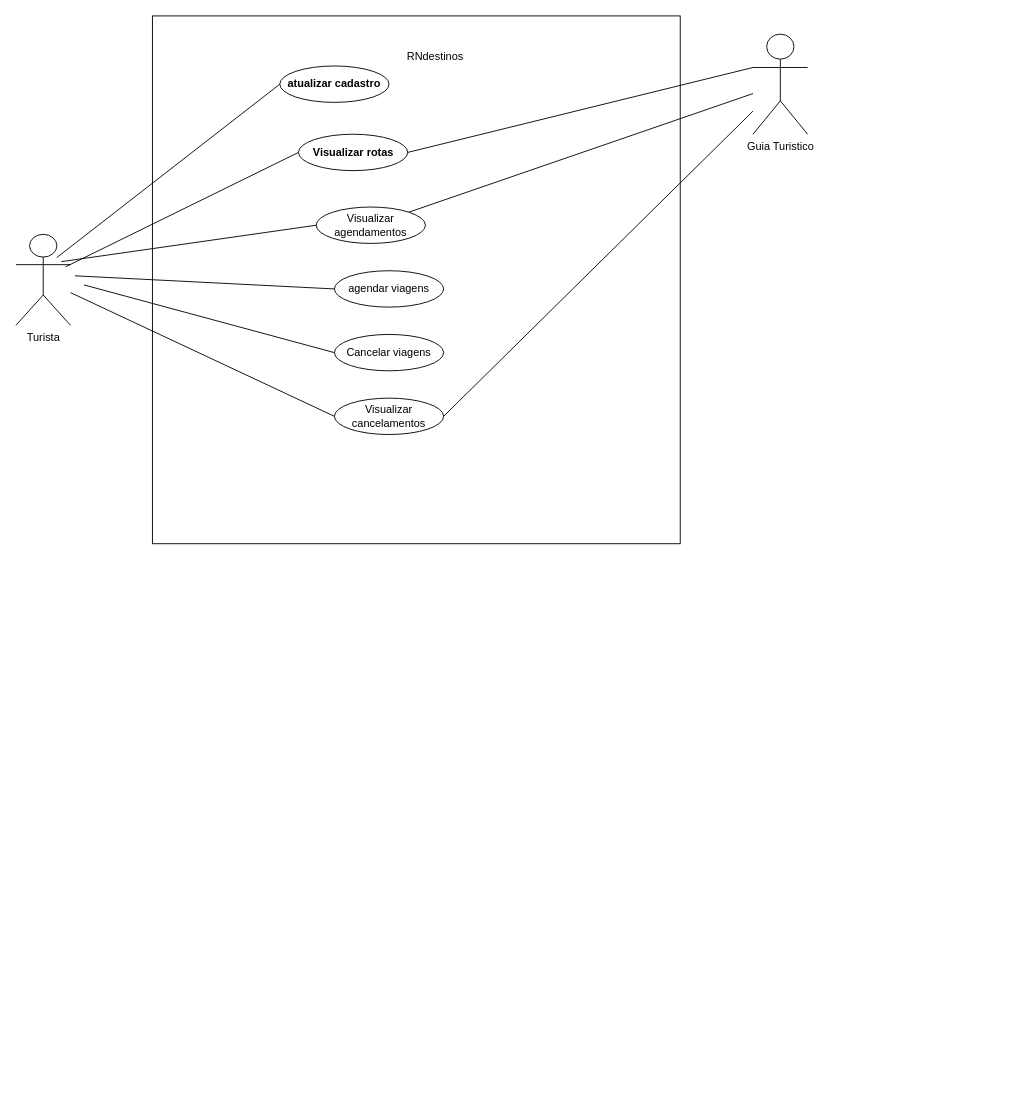
manuoliveiraa2/RNdestinos keeps this draw.io diagram as documentos/diagramas_casos_de_uso.drawio. Above is the earlier version. Source tidied: cells renumbered, new cells numbered last; positions are measured from the earlier drawing's top-left corner, leaving out a move shared by most shapes. Both pictures are drawn from the tidied source at 91%, with x=0, y=0 at pixel (15, 15).
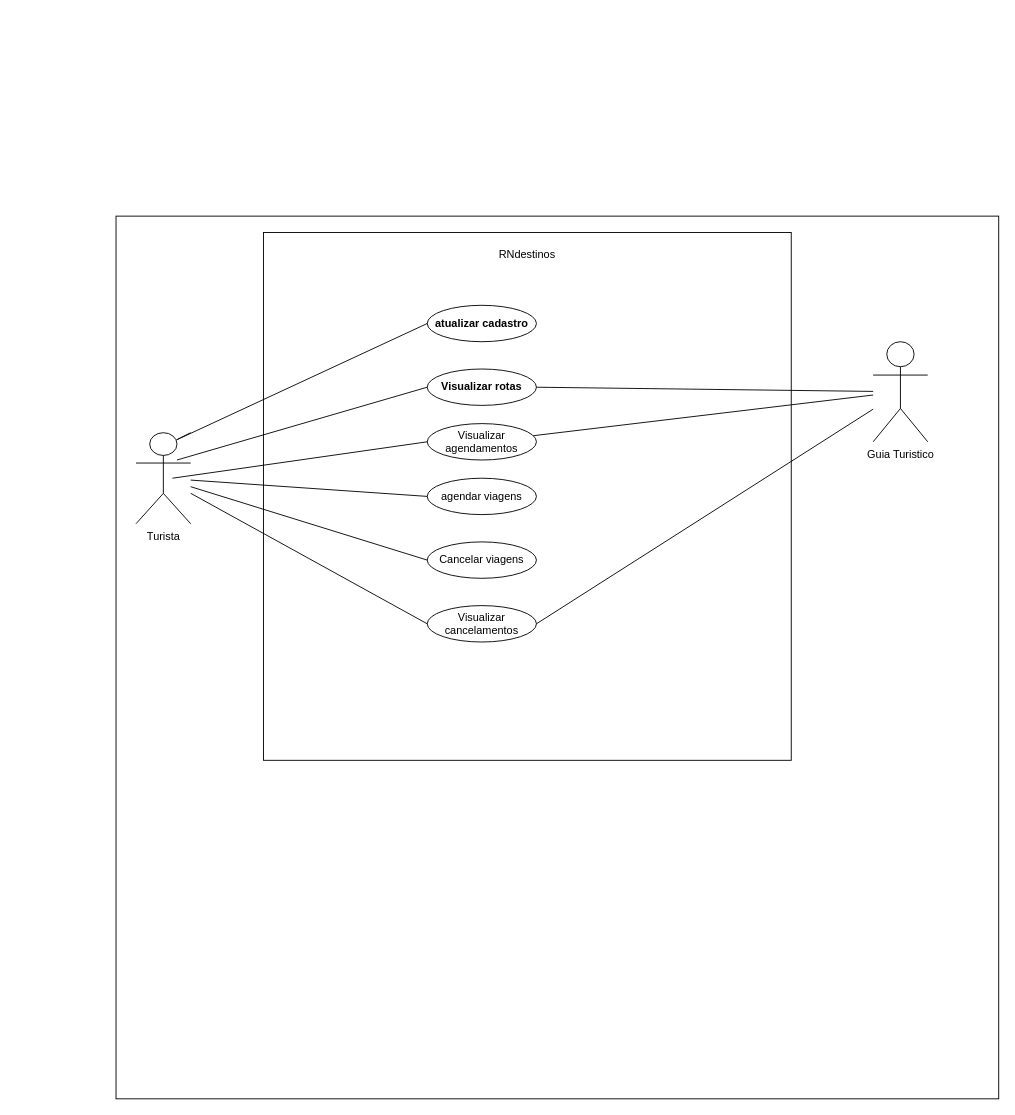
Above is the later version.

Commit message (it also covers changes not shown here):
atualização do diagrama

The edit, as a diff of the source:
```diff
@@
-    <mxCell id="2" style="whiteSpace=wrap;html=1;" parent="1" vertex="1">
-      <mxGeometry x="150" width="580" height="580" as="geometry" />
-    </mxCell>
+    <mxCell id="21" style="whiteSpace=wrap;html=1;" parent="1" vertex="1">
+      <mxGeometry x="110" y="220" width="970" height="970" as="geometry" />
+    </mxCell>
+    <mxCell id="22" style="whiteSpace=wrap;html=1;" parent="1" vertex="1">
+      <mxGeometry x="272" y="238" width="580" height="580" as="geometry" />
+    </mxCell>
     <mxCell id="3" value="RNdestinos" style="text;html=1;strokeColor=none;fillColor=none;align=center;verticalAlign=middle;whiteSpace=wrap;rounded=0;" parent="1" vertex="1">
-      <mxGeometry x="430.5" y="30" width="60" height="30" as="geometry" />
+      <mxGeometry x="532" y="248" width="60" height="30" as="geometry" />
     </mxCell>
     <mxCell id="4" value="Turista&lt;br&gt;" style="shape=umlActor;verticalLabelPosition=bottom;verticalAlign=top;html=1;outlineConnect=0;" parent="1" vertex="1">
-      <mxGeometry y="240" width="60" height="100" as="geometry" />
+      <mxGeometry x="132" y="458" width="60" height="100" as="geometry" />
     </mxCell>
     <mxCell id="5" value="agendar viagens" style="ellipse;whiteSpace=wrap;html=1;" parent="1" vertex="1">
-      <mxGeometry x="350" y="280" width="120" height="40" as="geometry" />
+      <mxGeometry x="452" y="508" width="120" height="40" as="geometry" />
     </mxCell>
     <mxCell id="6" value="Visualizar rotas" style="ellipse;whiteSpace=wrap;html=1;fontStyle=1;" parent="1" vertex="1">
-      <mxGeometry x="310.5" y="130" width="120" height="40" as="geometry" />
+      <mxGeometry x="452" y="388" width="120" height="40" as="geometry" />
     </mxCell>
     <mxCell id="7" value="&lt;b&gt;atualizar cadastro&lt;/b&gt;" style="ellipse;whiteSpace=wrap;html=1;" parent="1" vertex="1">
-      <mxGeometry x="290" y="55" width="120" height="40" as="geometry" />
+      <mxGeometry x="452" y="318" width="120" height="40" as="geometry" />
     </mxCell>
-    <mxCell id="8" style="endArrow=none;html=1;exitX=0.747;exitY=0.256;exitDx=0;exitDy=0;exitPerimeter=0;entryX=0;entryY=0.5;entryDx=0;entryDy=0;" parent="1" edge="1" source="4" target="7">
-      <mxGeometry relative="1" as="geometry" />
-    </mxCell>
+    <mxCell id="23" style="endArrow=none;html=1;entryX=0;entryY=0.5;entryDx=0;entryDy=0;" parent="1" edge="1" target="7">
+      <mxGeometry relative="1" as="geometry">
+        <mxPoint x="192" y="458" as="sourcePoint" />
+        <Array as="points">
+          <mxPoint x="172" y="468" />
+        </Array>
+      </mxGeometry>
+    </mxCell>
     <mxCell id="9" value="Cancelar viagens" style="ellipse;whiteSpace=wrap;html=1;" parent="1" vertex="1">
-      <mxGeometry x="350" y="350" width="120" height="40" as="geometry" />
+      <mxGeometry x="452" y="578" width="120" height="40" as="geometry" />
     </mxCell>
     <mxCell id="10" value="Guia Turistico&lt;br&gt;" style="shape=umlActor;verticalLabelPosition=bottom;verticalAlign=top;html=1;outlineConnect=0;" parent="1" vertex="1">
-      <mxGeometry x="810" y="20" width="60" height="110" as="geometry" />
+      <mxGeometry x="942" y="358" width="60" height="110" as="geometry" />
     </mxCell>
-    <mxCell id="11" style="endArrow=none;html=1;exitX=1;exitY=0.5;exitDx=0;exitDy=0;entryX=0;entryY=0.3333333333333333;entryDx=0;entryDy=0;entryPerimeter=0;" parent="1" edge="1" source="6" target="10">
+    <mxCell id="11" style="endArrow=none;html=1;exitX=1;exitY=0.5;exitDx=0;exitDy=0;" parent="1" edge="1" source="6" target="10">
       <mxGeometry relative="1" as="geometry" />
     </mxCell>
     <mxCell id="12" value="Visualizar agendamentos" style="ellipse;whiteSpace=wrap;html=1;" parent="1" vertex="1">
-      <mxGeometry x="330" y="210" width="120" height="40" as="geometry" />
+      <mxGeometry x="452" y="448" width="120" height="40" as="geometry" />
     </mxCell>
     <mxCell id="13" value="Visualizar cancelamentos" style="ellipse;whiteSpace=wrap;html=1;" parent="1" vertex="1">
-      <mxGeometry x="350" y="420" width="120" height="40" as="geometry" />
+      <mxGeometry x="452" y="648" width="120" height="40" as="geometry" />
     </mxCell>
@@
-    <mxCell id="15" style="endArrow=none;html=1;exitX=0.747;exitY=0.256;exitDx=0;exitDy=0;exitPerimeter=0;entryX=0;entryY=0.5;entryDx=0;entryDy=0;" parent="1" edge="1" target="6">
-      <mxGeometry relative="1" as="geometry">
-        <mxPoint x="54.8" y="275.6" as="sourcePoint" />
-      </mxGeometry>
-    </mxCell>
-    <mxCell id="16" style="endArrow=none;html=1;exitX=0.747;exitY=0.256;exitDx=0;exitDy=0;exitPerimeter=0;entryX=0;entryY=0.5;entryDx=0;entryDy=0;" parent="1" edge="1" target="5">
-      <mxGeometry relative="1" as="geometry">
-        <mxPoint x="64.8" y="285.6" as="sourcePoint" />
-      </mxGeometry>
-    </mxCell>
-    <mxCell id="17" style="endArrow=none;html=1;exitX=0.747;exitY=0.256;exitDx=0;exitDy=0;exitPerimeter=0;entryX=0;entryY=0.5;entryDx=0;entryDy=0;" parent="1" edge="1" target="9">
-      <mxGeometry relative="1" as="geometry">
-        <mxPoint x="74.8" y="295.6" as="sourcePoint" />
-      </mxGeometry>
-    </mxCell>
-    <mxCell id="18" style="endArrow=none;html=1;entryX=0;entryY=0.5;entryDx=0;entryDy=0;" parent="1" edge="1" target="12">
-      <mxGeometry relative="1" as="geometry">
-        <mxPoint x="50" y="270" as="sourcePoint" />
-      </mxGeometry>
-    </mxCell>
+    <mxCell id="24" style="endArrow=none;html=1;entryX=0;entryY=0.5;entryDx=0;entryDy=0;" parent="1" edge="1" target="6">
+      <mxGeometry relative="1" as="geometry">
+        <mxPoint x="177" y="488" as="sourcePoint" />
+      </mxGeometry>
+    </mxCell>
+    <mxCell id="25" style="endArrow=none;html=1;entryX=0;entryY=0.5;entryDx=0;entryDy=0;" parent="1" edge="1" source="4" target="5">
+      <mxGeometry relative="1" as="geometry" />
+    </mxCell>
+    <mxCell id="26" style="endArrow=none;html=1;entryX=0;entryY=0.5;entryDx=0;entryDy=0;" parent="1" edge="1" source="4" target="9">
+      <mxGeometry relative="1" as="geometry" />
+    </mxCell>
+    <mxCell id="27" style="endArrow=none;html=1;entryX=0;entryY=0.5;entryDx=0;entryDy=0;" parent="1" edge="1" target="12">
+      <mxGeometry relative="1" as="geometry">
+        <mxPoint x="172" y="508" as="sourcePoint" />
+      </mxGeometry>
+    </mxCell>
```
